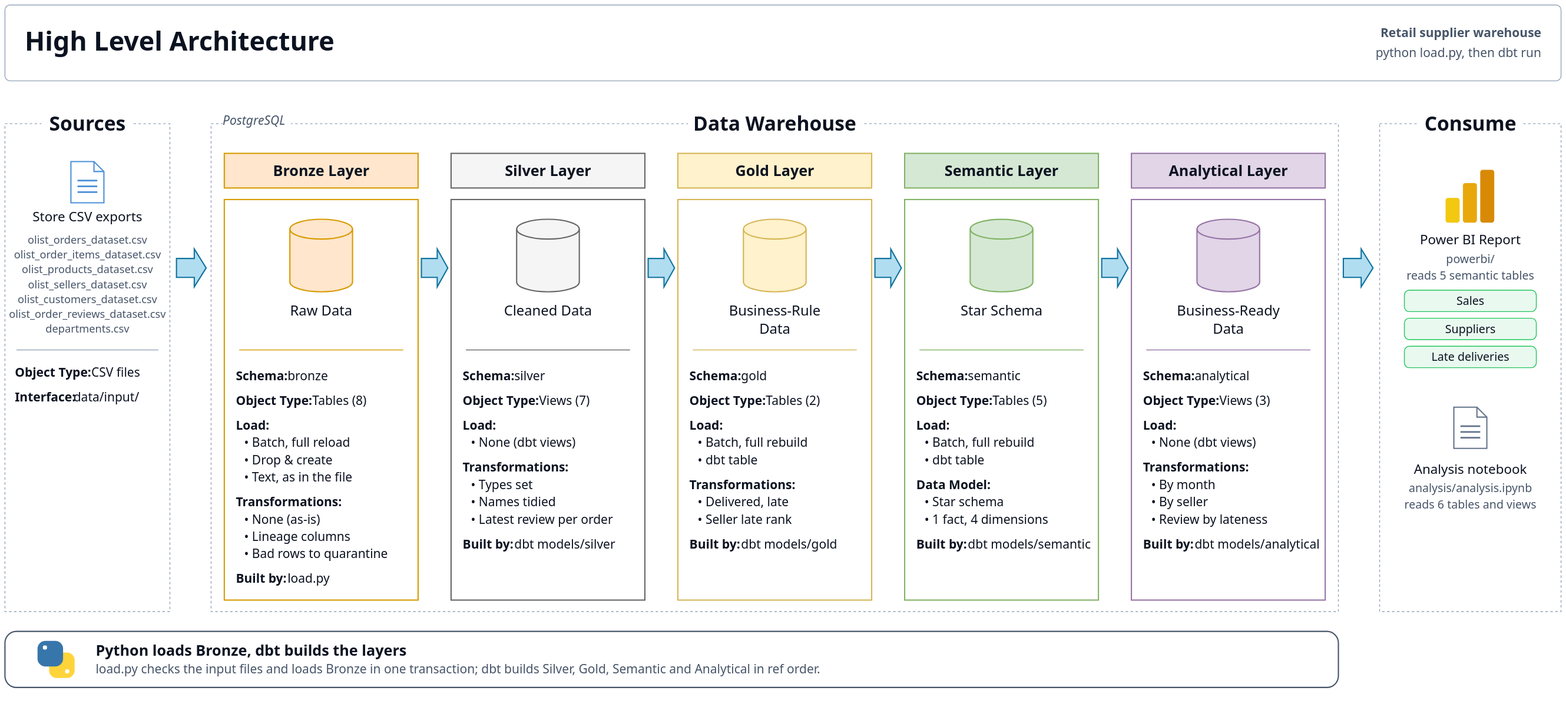
omarshalabyy1/retail-supplier-warehouse keeps this draw.io diagram as docs/architecture.drawio.svg. Above is the earlier version. Source tidied: cells renumbered, new cells last; positions are measured from the earlier drawing's top-left corner, leaving out a move shared by most shapes.
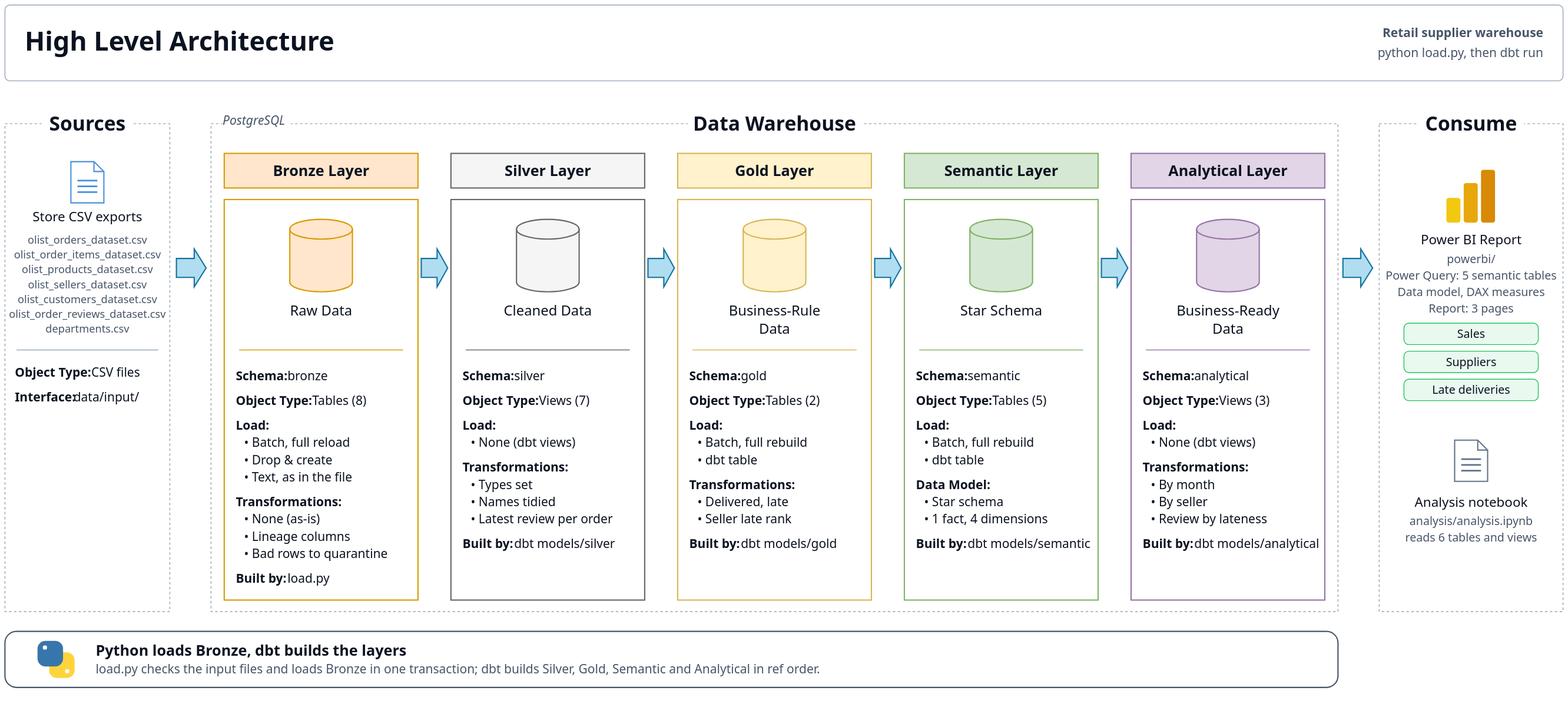
After the change.

Commit message:
Architecture: Power BI shown by its stages (Power Query, data model and DAX, report pages)

Diff of the diagram source:
```diff
@@ -3,16 +3,16 @@
     <mxCell id="0" />
     <mxCell id="1" parent="0" />
     <mxCell id="2" style="rounded=1;absoluteArcSize=1;arcSize=12;html=1;fillColor=#FFFFFF;strokeColor=#94A3B8;strokeWidth=1;" parent="1" vertex="1">
-      <mxGeometry width="1887" height="92" as="geometry" />
+      <mxGeometry width="1890" height="92" as="geometry" />
     </mxCell>
     <mxCell id="3" value="High Level Architecture" style="text;html=1;whiteSpace=nowrap;align=left;verticalAlign=middle;spacing=0;fontFamily=Segoe UI;fontSize=32;fontColor=#0B1220;fontStyle=1;" parent="1" vertex="1">
       <mxGeometry x="24" y="20" width="560" height="48" as="geometry" />
     </mxCell>
     <mxCell id="4" value="Retail supplier warehouse" style="text;html=1;whiteSpace=nowrap;align=right;verticalAlign=middle;spacing=0;fontFamily=Segoe UI;fontSize=15;fontColor=#475569;fontStyle=1;" parent="1" vertex="1">
-      <mxGeometry x="1677.3" y="24" width="185.7" height="20" as="geometry" />
+      <mxGeometry x="1680.3" y="24" width="185.7" height="20" as="geometry" />
     </mxCell>
     <mxCell id="5" value="python load.py, then dbt run" style="text;html=1;whiteSpace=nowrap;align=right;verticalAlign=middle;spacing=0;fontFamily=Segoe UI;fontSize=15;fontColor=#475569;fontStyle=0;" parent="1" vertex="1">
-      <mxGeometry x="1669" y="48" width="194" height="20" as="geometry" />
+      <mxGeometry x="1672" y="48" width="194" height="20" as="geometry" />
     </mxCell>
     <mxCell id="6" style="rounded=0;absoluteArcSize=1;arcSize=0;html=1;fillColor=none;strokeColor=#94A3B8;strokeWidth=1;dashed=1;" parent="1" vertex="1">
       <mxGeometry y="144" width="200" height="592" as="geometry" />
@@ -30,10 +30,10 @@
       <mxGeometry x="264" y="130" width="82.8" height="20" as="geometry" />
     </mxCell>
     <mxCell id="11" style="rounded=0;absoluteArcSize=1;arcSize=0;html=1;fillColor=none;strokeColor=#94A3B8;strokeWidth=1;dashed=1;" parent="1" vertex="1">
-      <mxGeometry x="1667" y="144" width="220" height="592" as="geometry" />
+      <mxGeometry x="1667" y="144" width="223" height="592" as="geometry" />
     </mxCell>
     <mxCell id="12" value="Consume" style="text;html=1;whiteSpace=nowrap;align=center;verticalAlign=middle;spacing=0;fontFamily=Segoe UI;fontSize=24;fontColor=#0B1220;fontStyle=1;fillColor=#FFFFFF;" parent="1" vertex="1">
-      <mxGeometry x="1712.8" y="128" width="128.4" height="32" as="geometry" />
+      <mxGeometry x="1714.3" y="128" width="128.4" height="32" as="geometry" />
     </mxCell>
     <mxCell id="13" style="shape=singleArrow;arrowWidth=0.5;arrowSize=0.4;html=1;fillColor=#B1DDF0;strokeColor=#10739E;" parent="1" vertex="1">
       <mxGeometry x="208" y="296" width="36" height="46" as="geometry" />
@@ -387,61 +387,67 @@
       <mxGeometry x="1442.7" y="644" width="152.3" height="20" as="geometry" />
     </mxCell>
     <mxCell id="130" style="rounded=1;absoluteArcSize=1;arcSize=6;html=1;fillColor=#F2C811;strokeColor=none;" parent="1" vertex="1">
-      <mxGeometry x="1747" y="234" width="17" height="30" as="geometry" />
+      <mxGeometry x="1748.5" y="234" width="17" height="30" as="geometry" />
     </mxCell>
     <mxCell id="131" style="rounded=1;absoluteArcSize=1;arcSize=6;html=1;fillColor=#E8A80C;strokeColor=none;" parent="1" vertex="1">
-      <mxGeometry x="1768" y="216" width="17" height="48" as="geometry" />
+      <mxGeometry x="1769.5" y="216" width="17" height="48" as="geometry" />
     </mxCell>
     <mxCell id="132" style="rounded=1;absoluteArcSize=1;arcSize=6;html=1;fillColor=#D88A06;strokeColor=none;" parent="1" vertex="1">
-      <mxGeometry x="1789" y="200" width="17" height="64" as="geometry" />
+      <mxGeometry x="1790.5" y="200" width="17" height="64" as="geometry" />
     </mxCell>
     <mxCell id="133" value="Power BI Report" style="text;html=1;whiteSpace=nowrap;align=center;verticalAlign=middle;spacing=0;fontFamily=Segoe UI;fontSize=16;fontColor=#0B1220;fontStyle=0;" parent="1" vertex="1">
-      <mxGeometry x="1675" y="274" width="204" height="22" as="geometry" />
+      <mxGeometry x="1675" y="274" width="207" height="22" as="geometry" />
     </mxCell>
     <mxCell id="134" value="powerbi/" style="text;html=1;whiteSpace=nowrap;align=center;verticalAlign=middle;spacing=0;fontFamily=Segoe UI;fontSize=14;fontColor=#475569;fontStyle=0;" parent="1" vertex="1">
-      <mxGeometry x="1675" y="298" width="204" height="20" as="geometry" />
+      <mxGeometry x="1675" y="298" width="207" height="20" as="geometry" />
     </mxCell>
-    <mxCell id="135" value="reads 5 semantic tables" style="text;html=1;whiteSpace=nowrap;align=center;verticalAlign=middle;spacing=0;fontFamily=Segoe UI;fontSize=14;fontColor=#475569;fontStyle=0;" parent="1" vertex="1">
-      <mxGeometry x="1675" y="318" width="204" height="20" as="geometry" />
+    <mxCell id="135" value="Power Query: 5 semantic tables" style="text;html=1;whiteSpace=nowrap;align=center;verticalAlign=middle;spacing=0;fontFamily=Segoe UI;fontSize=14;fontColor=#475569;fontStyle=0;" parent="1" vertex="1">
+      <mxGeometry x="1675" y="318" width="207" height="20" as="geometry" />
     </mxCell>
+    <mxCell id="156" value="Data model, DAX measures" style="text;html=1;whiteSpace=nowrap;align=center;verticalAlign=middle;spacing=0;fontFamily=Segoe UI;fontSize=14;fontColor=#475569;fontStyle=0;" parent="1" vertex="1">
+      <mxGeometry x="1675" y="338" width="207" height="20" as="geometry" />
+    </mxCell>
+    <mxCell id="157" value="Report: 3 pages" style="text;html=1;whiteSpace=nowrap;align=center;verticalAlign=middle;spacing=0;fontFamily=Segoe UI;fontSize=14;fontColor=#475569;fontStyle=0;" parent="1" vertex="1">
+      <mxGeometry x="1675" y="358" width="207" height="20" as="geometry" />
+    </mxCell>
     <mxCell id="136" style="rounded=1;absoluteArcSize=1;arcSize=12;html=1;fillColor=#E9F9EF;strokeColor=#22C55E;strokeWidth=1;" parent="1" vertex="1">
-      <mxGeometry x="1697" y="346" width="160" height="26" as="geometry" />
+      <mxGeometry x="1697" y="386" width="163" height="26" as="geometry" />
     </mxCell>
     <mxCell id="137" value="Sales" style="text;html=1;whiteSpace=nowrap;align=center;verticalAlign=middle;spacing=0;fontFamily=Segoe UI;fontSize=14;fontColor=#0B1220;fontStyle=0;" parent="1" vertex="1">
-      <mxGeometry x="1703" y="349" width="148" height="20" as="geometry" />
+      <mxGeometry x="1703" y="389" width="151" height="20" as="geometry" />
     </mxCell>
     <mxCell id="138" style="rounded=1;absoluteArcSize=1;arcSize=12;html=1;fillColor=#E9F9EF;strokeColor=#22C55E;strokeWidth=1;" parent="1" vertex="1">
-      <mxGeometry x="1697" y="380" width="160" height="26" as="geometry" />
+      <mxGeometry x="1697" y="420" width="163" height="26" as="geometry" />
     </mxCell>
     <mxCell id="139" value="Suppliers" style="text;html=1;whiteSpace=nowrap;align=center;verticalAlign=middle;spacing=0;fontFamily=Segoe UI;fontSize=14;fontColor=#0B1220;fontStyle=0;" parent="1" vertex="1">
-      <mxGeometry x="1703" y="383" width="148" height="20" as="geometry" />
+      <mxGeometry x="1703" y="423" width="151" height="20" as="geometry" />
     </mxCell>
     <mxCell id="140" style="rounded=1;absoluteArcSize=1;arcSize=12;html=1;fillColor=#E9F9EF;strokeColor=#22C55E;strokeWidth=1;" parent="1" vertex="1">
-      <mxGeometry x="1697" y="414" width="160" height="26" as="geometry" />
+      <mxGeometry x="1697" y="454" width="163" height="26" as="geometry" />
     </mxCell>
     <mxCell id="141" value="Late deliveries" style="text;html=1;whiteSpace=nowrap;align=center;verticalAlign=middle;spacing=0;fontFamily=Segoe UI;fontSize=14;fontColor=#0B1220;fontStyle=0;" parent="1" vertex="1">
-      <mxGeometry x="1703" y="417" width="148" height="20" as="geometry" />
+      <mxGeometry x="1703" y="457" width="151" height="20" as="geometry" />
     </mxCell>
     <mxCell id="142" style="shape=note;size=12;html=1;fillColor=#FFFFFF;strokeColor=#64748B;strokeWidth=1.5;" parent="1" vertex="1">
-      <mxGeometry x="1757" y="488" width="40" height="50" as="geometry" />
+      <mxGeometry x="1758.5" y="528" width="40" height="50" as="geometry" />
     </mxCell>
     <mxCell id="143" style="rounded=0;absoluteArcSize=1;arcSize=0;html=1;fillColor=#64748B;strokeColor=none;" parent="1" vertex="1">
-      <mxGeometry x="1765" y="510" width="24" height="2" as="geometry" />
+      <mxGeometry x="1766.5" y="550" width="24" height="2" as="geometry" />
     </mxCell>
     <mxCell id="144" style="rounded=0;absoluteArcSize=1;arcSize=0;html=1;fillColor=#64748B;strokeColor=none;" parent="1" vertex="1">
-      <mxGeometry x="1765" y="517" width="24" height="2" as="geometry" />
+      <mxGeometry x="1766.5" y="557" width="24" height="2" as="geometry" />
     </mxCell>
     <mxCell id="145" style="rounded=0;absoluteArcSize=1;arcSize=0;html=1;fillColor=#64748B;strokeColor=none;" parent="1" vertex="1">
-      <mxGeometry x="1765" y="524" width="24" height="2" as="geometry" />
+      <mxGeometry x="1766.5" y="564" width="24" height="2" as="geometry" />
     </mxCell>
     <mxCell id="146" value="Analysis notebook" style="text;html=1;whiteSpace=nowrap;align=center;verticalAlign=middle;spacing=0;fontFamily=Segoe UI;fontSize=16;fontColor=#0B1220;fontStyle=0;" parent="1" vertex="1">
-      <mxGeometry x="1675" y="552" width="204" height="22" as="geometry" />
+      <mxGeometry x="1675" y="592" width="207" height="22" as="geometry" />
     </mxCell>
     <mxCell id="147" value="analysis/analysis.ipynb" style="text;html=1;whiteSpace=nowrap;align=center;verticalAlign=middle;spacing=0;fontFamily=Segoe UI;fontSize=14;fontColor=#475569;fontStyle=0;" parent="1" vertex="1">
-      <mxGeometry x="1675" y="576" width="204" height="20" as="geometry" />
+      <mxGeometry x="1675" y="616" width="207" height="20" as="geometry" />
     </mxCell>
     <mxCell id="148" value="reads 6 tables and views" style="text;html=1;whiteSpace=nowrap;align=center;verticalAlign=middle;spacing=0;fontFamily=Segoe UI;fontSize=14;fontColor=#475569;fontStyle=0;" parent="1" vertex="1">
-      <mxGeometry x="1675" y="596" width="204" height="20" as="geometry" />
+      <mxGeometry x="1675" y="636" width="207" height="20" as="geometry" />
     </mxCell>
     <mxCell id="149" style="rounded=1;absoluteArcSize=1;arcSize=28;html=1;fillColor=#FFFFFF;strokeColor=#475569;strokeWidth=1.5;" parent="1" vertex="1">
       <mxGeometry y="760" width="1617" height="68" as="geometry" />
```
